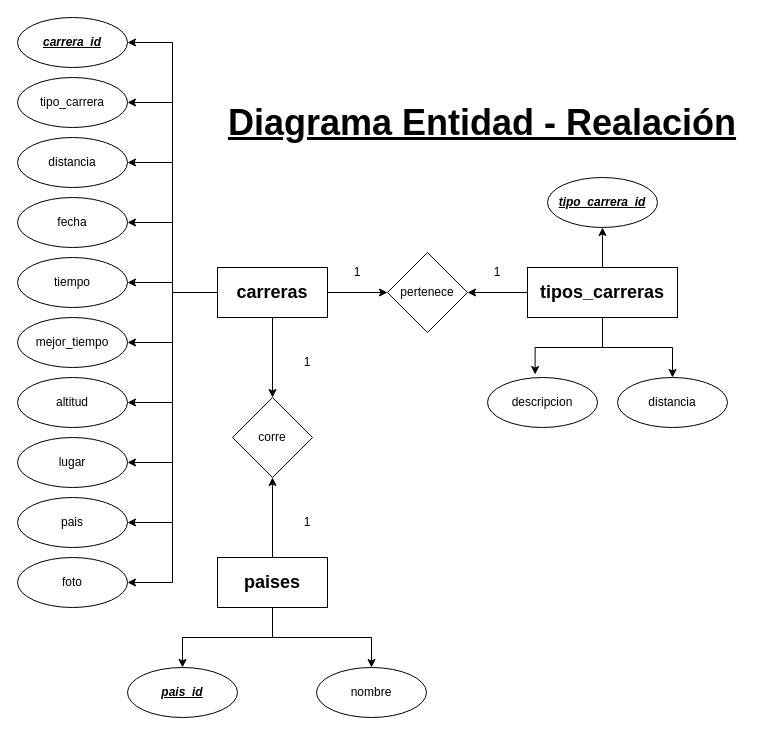
The draw.io diagram CarrerasModeloEntidadRelacion.drawio in sergioromero2k/DataTheoryRepo, before the edit. Source tidied: cells renumbered, new cells numbered last; positions are measured from the earlier drawing's top-left corner, leaving out a move shared by most shapes. Both pictures are drawn from the tidied source at 100%, with x=0, y=0 at pixel (17, 17).
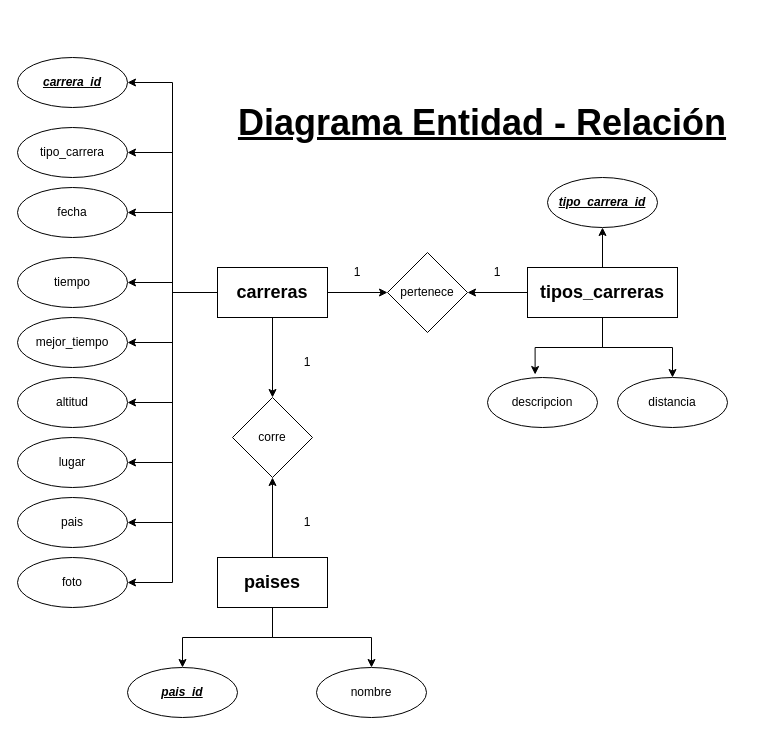
The same diagram, later.

Commit message:
Actualización del modelo entidad relación de la base de datos.drawio

The change refers to these unchanged cells:
```xml
<mxCell id="14" value="&lt;font style=&quot;font-size: 18px;&quot;&gt;carreras&lt;/font&gt;" style="rounded=0;whiteSpace=wrap;html=1;fontFamily=Helvetica;fontStyle=1;" parent="1" vertex="1">
  <mxGeometry x="200" y="250" width="110" height="50" as="geometry" />
</mxCell>
```

Diff of the diagram source:
```diff
@@
-    <mxCell id="4" style="edgeStyle=orthogonalEdgeStyle;rounded=0;jettySize=auto;html=1;entryX=1;entryY=0.5;entryDx=0;entryDy=0;" parent="1" edge="1" source="14" target="17">
-      <mxGeometry relative="1" as="geometry" />
-    </mxCell>
@@
     <mxCell id="15" value="&lt;i&gt;&lt;font style=&quot;font-size: 12px;&quot;&gt;&lt;u style=&quot;&quot;&gt;&lt;b&gt;carrera_id&lt;/b&gt;&lt;/u&gt;&lt;/font&gt;&lt;/i&gt;" style="ellipse;whiteSpace=wrap;html=1;" parent="1" vertex="1">
-      <mxGeometry width="110" height="50" as="geometry" />
+      <mxGeometry y="40" width="110" height="50" as="geometry" />
     </mxCell>
     <mxCell id="16" value="&lt;font style=&quot;font-size: 12px;&quot;&gt;tipo_carrera&lt;/font&gt;" style="ellipse;whiteSpace=wrap;html=1;" parent="1" vertex="1">
-      <mxGeometry y="60" width="110" height="50" as="geometry" />
+      <mxGeometry y="110" width="110" height="50" as="geometry" />
     </mxCell>
-    <mxCell id="17" value="&lt;font style=&quot;font-size: 12px;&quot;&gt;distancia&lt;/font&gt;" style="ellipse;whiteSpace=wrap;html=1;" parent="1" vertex="1">
-      <mxGeometry y="120" width="110" height="50" as="geometry" />
-    </mxCell>
     <mxCell id="18" value="&lt;font style=&quot;font-size: 12px;&quot;&gt;fecha&lt;/font&gt;" style="ellipse;whiteSpace=wrap;html=1;" parent="1" vertex="1">
-      <mxGeometry y="180" width="110" height="50" as="geometry" />
+      <mxGeometry y="170" width="110" height="50" as="geometry" />
     </mxCell>
@@
-    <mxCell id="37" value="&lt;b&gt;&lt;font style=&quot;font-size: 36px;&quot;&gt;&lt;u&gt;Diagrama Entidad - Realación&lt;/u&gt;&lt;/font&gt;&lt;/b&gt;" style="text;html=1;align=center;verticalAlign=middle;whiteSpace=wrap;rounded=0;" parent="1" vertex="1">
+    <mxCell id="37" value="&lt;b&gt;&lt;font style=&quot;font-size: 36px;&quot;&gt;&lt;u&gt;Diagrama Entidad - Relación&lt;/u&gt;&lt;/font&gt;&lt;/b&gt;" style="text;html=1;align=center;verticalAlign=middle;whiteSpace=wrap;rounded=0;" parent="1" vertex="1">
       <mxGeometry x="200" y="70" width="530" height="70" as="geometry" />
     </mxCell>
```
